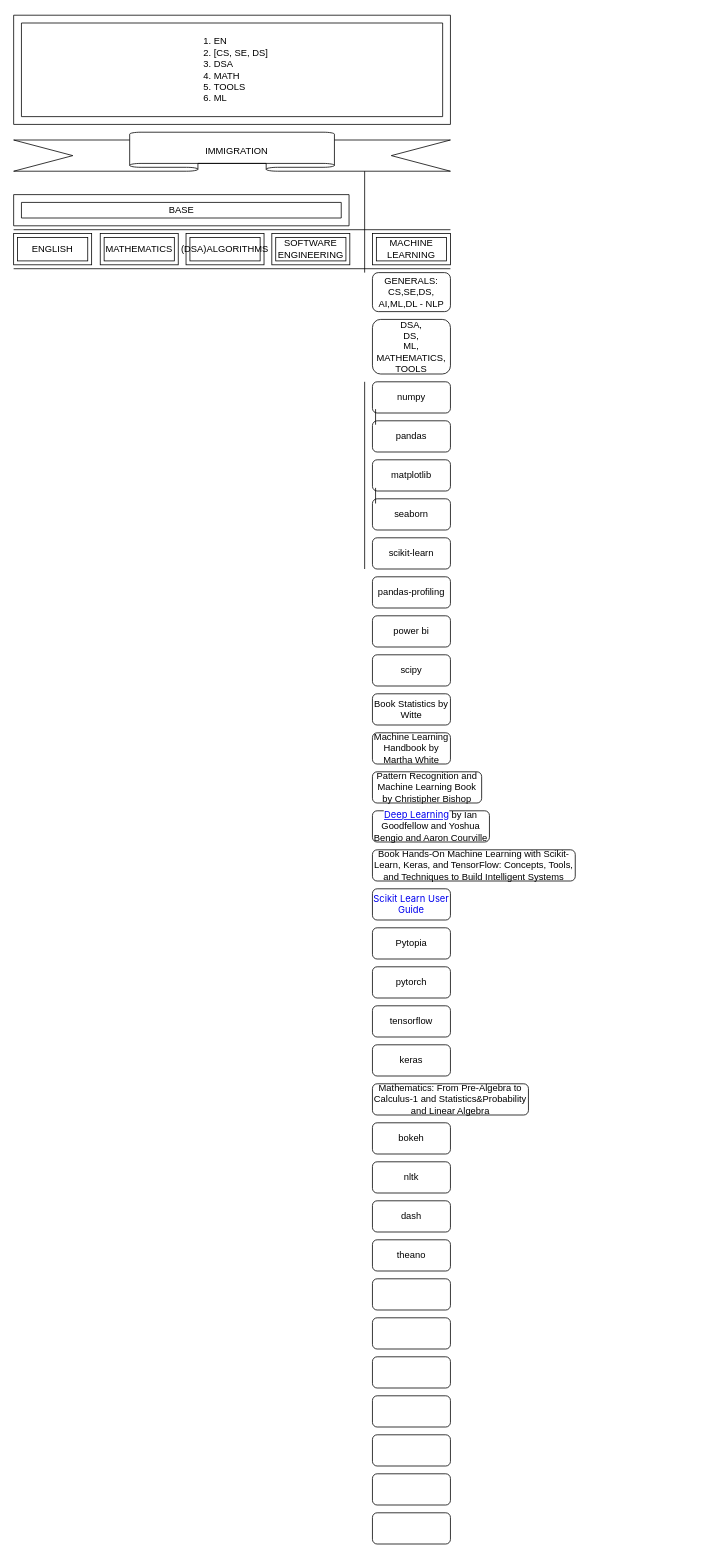
The draw.io diagram Specific-RoadMap/draw/Untitled Diagram.drawio in amir4v/dev, before the edit. Source tidied: cells renumbered, new cells numbered last; positions are measured from the earlier drawing's top-left corner, leaving out a move shared by most shapes. Both pictures are drawn from the tidied source at 78%, with x=0, y=0 at pixel (13, 15).
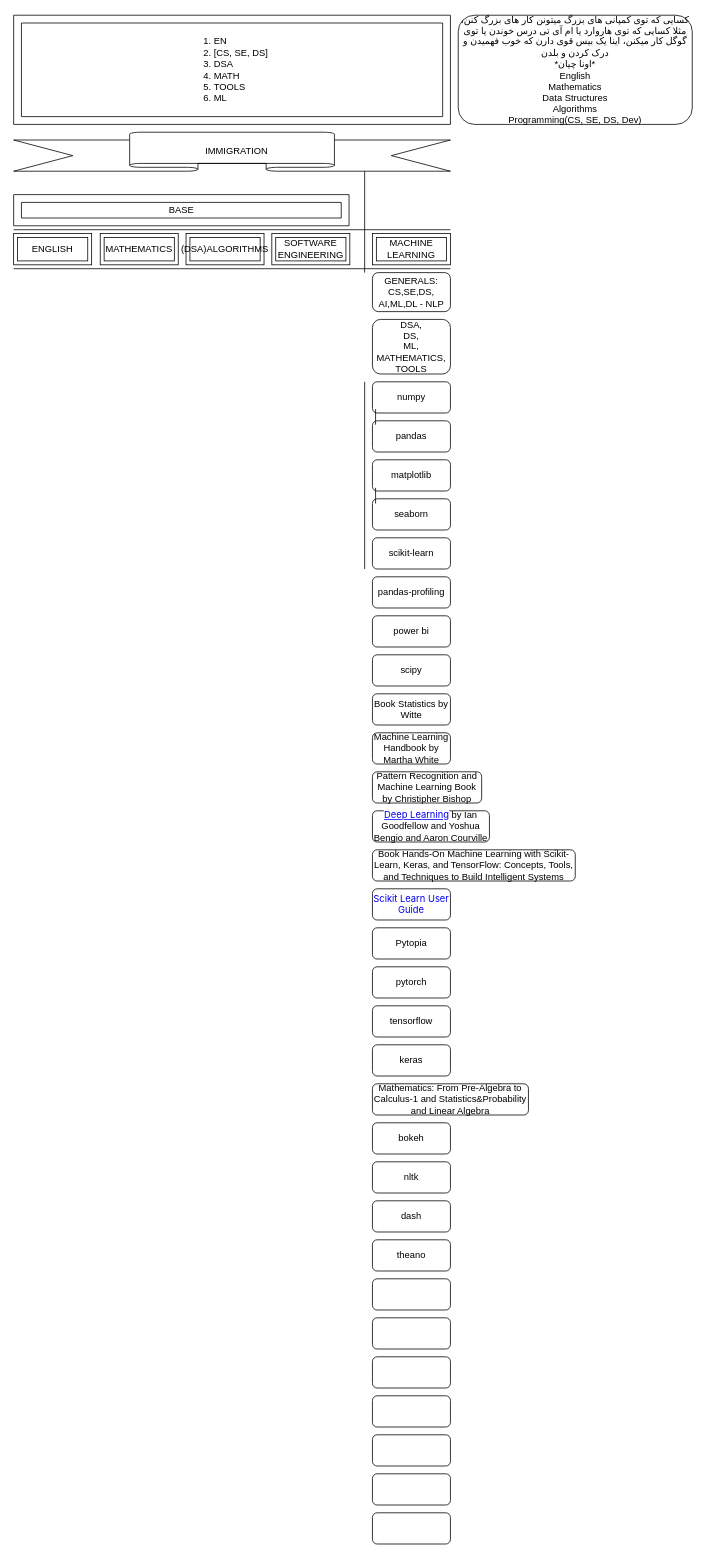
Above is the later version.

What changed in the source:
```diff
@@
+    <mxCell id="51" value="کسایی که توی کمپانی های بزرگ میتونن کار های بزرگ کنن، مثلا کسایی که توی هاروارد یا ام آی تی درس خوندن یا توی گوگل کار میکنن، اینا یک بیس قوی دارن که خوب فهمیدن و درک کردن و بلدن&lt;br&gt;*اونا چیان*&lt;br&gt;English&lt;br&gt;Mathematics&lt;br&gt;Data Structures&lt;br&gt;Algorithms&lt;br&gt;Programming(CS, SE, DS, Dev)" style="rounded=1;whiteSpace=wrap;html=1;" parent="1" vertex="1">
+      <mxGeometry x="570" width="300" height="140" as="geometry" />
+    </mxCell>
```
